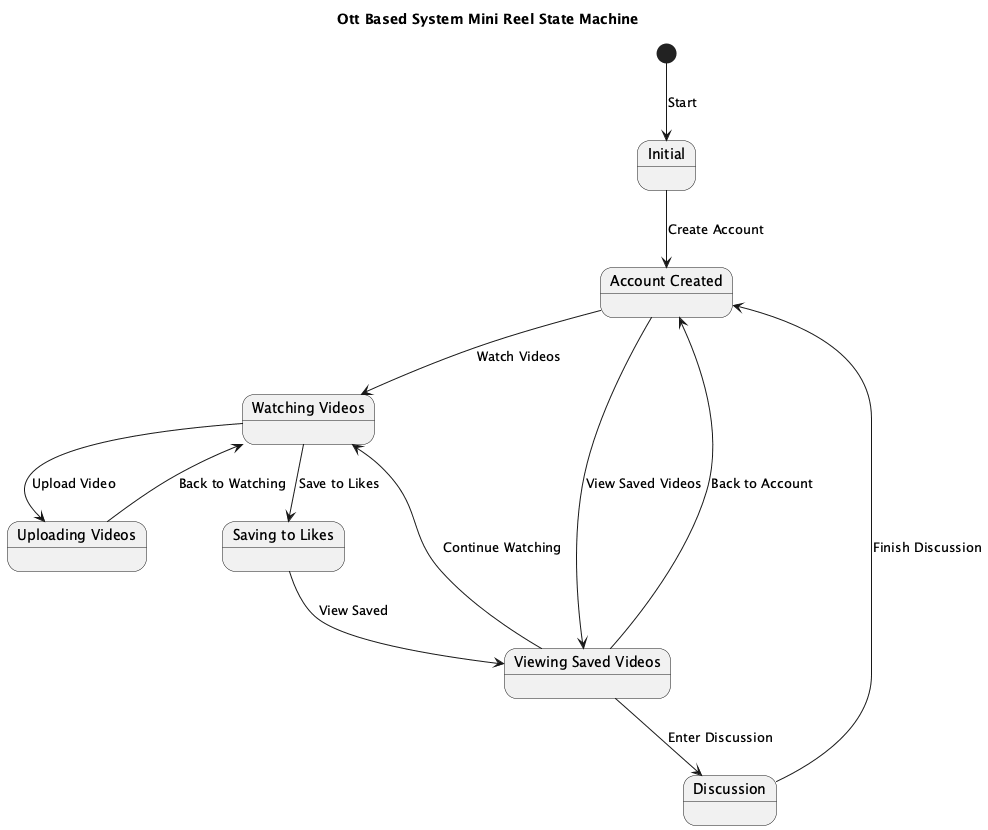
Earlier version of the PlantUML export results/plantuml_pipeline/ensemble_stacked_llm/runs/ensemble__all_methods__candidate_pool__stacked_llm/case_28_ott_based_system_mini_reel/ensemble.png (maimunafaria/State_transition_Diagram_generated_by_LLM).
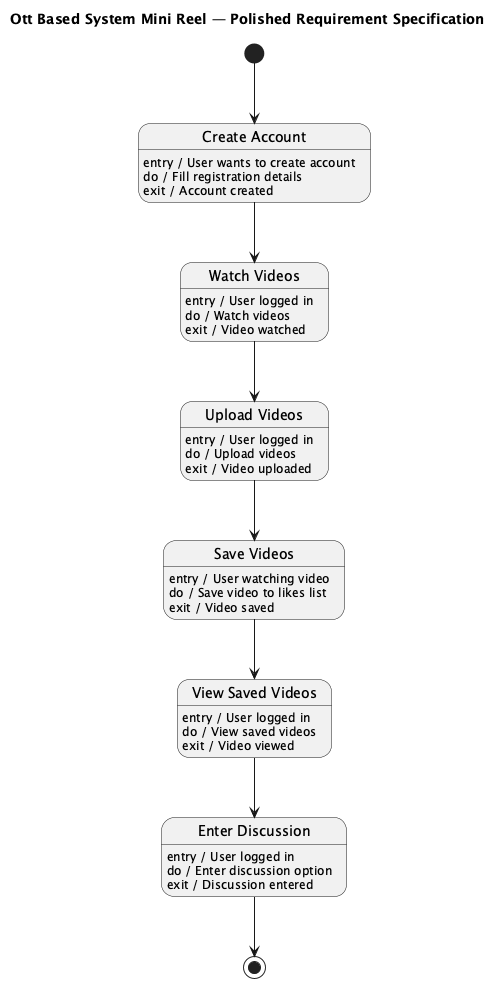
Later version of the same file.

The edit, as a diff of the source:
```diff
@@ -1,29 +1,44 @@
 @startuml
-title Ott Based System Mini Reel State Machine
+title Ott Based System Mini Reel — Polished Requirement Specification
 
-state "Initial" as Initial
-state "Account Created" as AccountCreated
-state "Watching Videos" as WatchingVideos
-state "Uploading Videos" as UploadingVideos
-state "Saving to Likes" as SavingToLikes
-state "Viewing Saved Videos" as ViewingSavedVideos
-state "Discussion" as Discussion
+state "Create Account" as CreateAccount
+CreateAccount : entry / User wants to create account
+CreateAccount : do / Fill registration details
+CreateAccount : exit / Account created
 
-[*] --> Initial : Start
+state "Watch Videos" as WatchVideos
+WatchVideos : entry / User logged in
+WatchVideos : do / Watch videos
+WatchVideos : exit / Video watched
 
-Initial --> AccountCreated : Create Account
+state "Upload Videos" as UploadVideos
+UploadVideos : entry / User logged in
+UploadVideos : do / Upload videos
+UploadVideos : exit / Video uploaded
 
-AccountCreated --> WatchingVideos : Watch Videos
-WatchingVideos --> UploadingVideos : Upload Video
-UploadingVideos --> WatchingVideos : Back to Watching
-WatchingVideos --> SavingToLikes : Save to Likes
-SavingToLikes --> ViewingSavedVideos : View Saved
-ViewingSavedVideos --> WatchingVideos : Continue Watching
-ViewingSavedVideos --> Discussion : Enter Discussion
+state "Save Videos" as SaveVideos
+SaveVideos : entry / User watching video
+SaveVideos : do / Save video to likes list
+SaveVideos : exit / Video saved
 
-Discussion --> AccountCreated : Finish Discussion
+state "View Saved Videos" as ViewSavedVideos
+ViewSavedVideos : entry / User logged in
+ViewSavedVideos : do / View saved videos
+ViewSavedVideos : exit / Video viewed
 
-AccountCreated --> ViewingSavedVideos : View Saved Videos
-ViewingSavedVideos --> AccountCreated : Back to Account
+state "Enter Discussion" as EnterDiscussion
+EnterDiscussion : entry / User logged in
+EnterDiscussion : do / Enter discussion option
+EnterDiscussion : exit / Discussion entered
+
+[*] --> CreateAccount
+
+CreateAccount --> WatchVideos
+WatchVideos --> UploadVideos
+UploadVideos --> SaveVideos
+SaveVideos --> ViewSavedVideos
+ViewSavedVideos --> EnterDiscussion
+
+EnterDiscussion --> [*]
 
 @enduml
```
